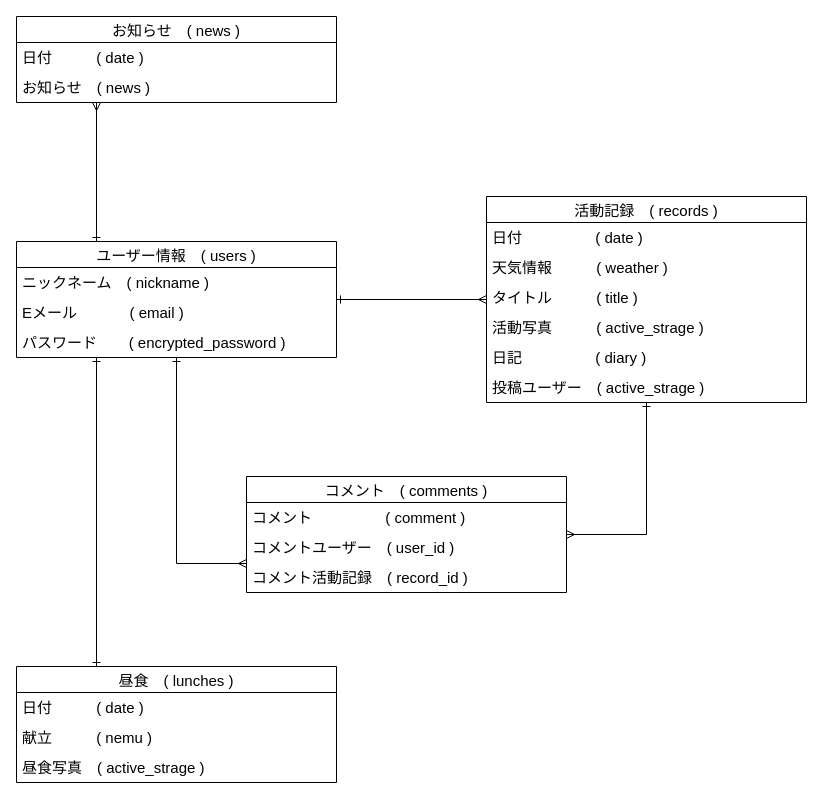
Earlier version of the draw.io diagram child_care_ER.dio (YM520-M94/child_care). Source tidied: cells renumbered, new cells numbered last; positions are measured from the earlier drawing's top-left corner, leaving out a move shared by most shapes. Both pictures are drawn from the tidied source at 100%, with x=0, y=0 at pixel (16, 16).
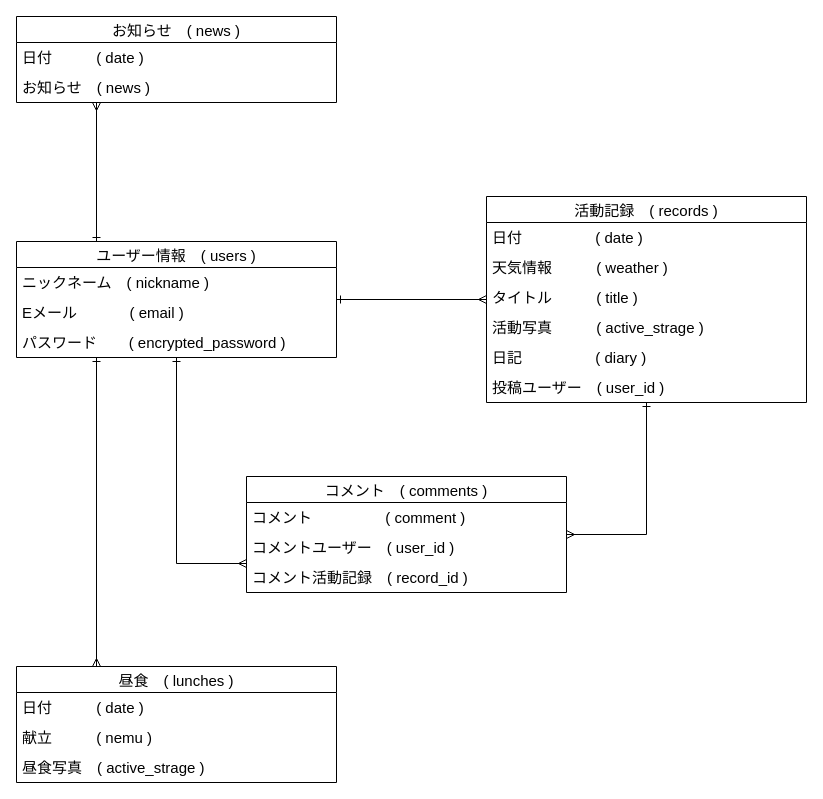
After the change.

Unchanged cells that the change refers to:
```xml
<mxCell id="5" value="ユーザー情報　( users )" style="swimlane;fontStyle=0;horizontal=1;startSize=26;align=center;fontSize=15;" parent="1" vertex="1">
  <mxGeometry y="225" width="320" height="116" as="geometry" />
</mxCell>
<mxCell id="17" value="昼食　( lunches )" style="swimlane;fontStyle=0;horizontal=1;startSize=26;align=center;fontSize=15;" parent="1" vertex="1">
  <mxGeometry y="650" width="320" height="116" as="geometry" />
</mxCell>
<mxCell id="22" value="活動記録　( records )" style="swimlane;fontStyle=0;horizontal=1;startSize=26;align=center;fontSize=15;" parent="1" vertex="1">
  <mxGeometry x="470" y="180" width="320" height="206" as="geometry" />
</mxCell>
```

Change to the diagram source:
```diff
@@
-    <mxCell id="16" style="edgeStyle=orthogonalEdgeStyle;rounded=0;jettySize=auto;html=1;exitX=0.25;exitY=0;exitDx=0;exitDy=0;entryX=0.25;entryY=1;entryDx=0;entryDy=0;fontSize=15;startArrow=ERone;startFill=0;endArrow=ERone;endFill=0;" parent="1" edge="1" source="17" target="5">
+    <mxCell id="16" style="edgeStyle=orthogonalEdgeStyle;rounded=0;jettySize=auto;html=1;exitX=0.25;exitY=0;exitDx=0;exitDy=0;entryX=0.25;entryY=1;entryDx=0;entryDy=0;fontSize=15;startArrow=ERmany;startFill=0;endArrow=ERone;endFill=0;" parent="1" edge="1" source="17" target="5">
       <mxGeometry relative="1" as="geometry" />
     </mxCell>
@@
-    <mxCell id="28" value="投稿ユーザー　( active_strage ) " style="text;strokeColor=none;fillColor=none;spacingLeft=4;spacingRight=4;overflow=hidden;fontSize=15;" parent="22" vertex="1">
+    <mxCell id="28" value="投稿ユーザー　( user_id ) " style="text;strokeColor=none;fillColor=none;spacingLeft=4;spacingRight=4;overflow=hidden;fontSize=15;" parent="22" vertex="1">
       <mxGeometry y="176" width="320" height="30" as="geometry" />
     </mxCell>
```
